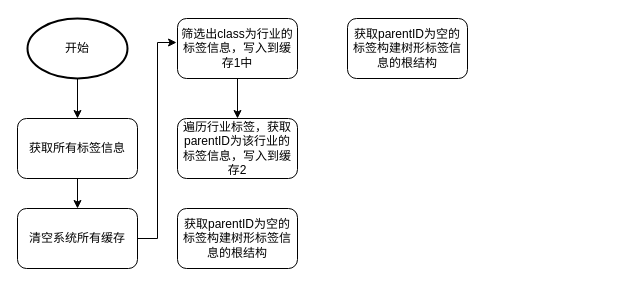
Above: tupian/缓存加载流程.drawio in JJFatherL/biyesheji (draw.io), before the change. Source tidied: cells renumbered, new cells numbered last; positions are measured from the earlier drawing's top-left corner, leaving out a move shared by most shapes. Both pictures are drawn from the tidied source at 100%, with x=0, y=0 at pixel (17, 18).
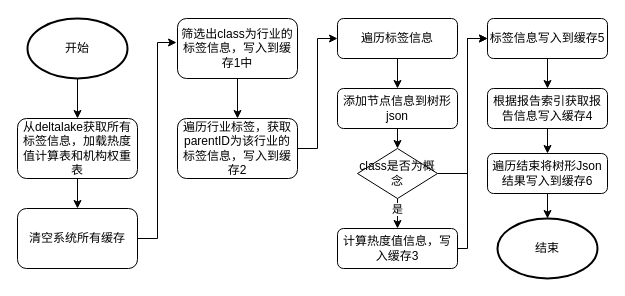
Above is the later version.

Commit message (it also covers changes not shown here):
更新缓存加载流程.drawio

Unchanged cells that the change refers to:
```xml
<mxCell id="8" value="遍历行业标签，获取parentID为该行业的标签信息，写入到缓存2" style="rounded=1;whiteSpace=wrap;html=1;" parent="1" vertex="1">
  <mxGeometry x="160" y="100" width="120" height="60" as="geometry" />
</mxCell>
```

The edit, as a diff of the source:
```diff
@@
-    <mxCell id="5" value="获取所有标签信息" style="rounded=1;whiteSpace=wrap;html=1;" parent="1" vertex="1">
+    <mxCell id="5" value="从deltalake获取所有标签信息，加载热度值计算表和机构权重表" style="rounded=1;whiteSpace=wrap;html=1;" parent="1" vertex="1">
       <mxGeometry y="100" width="120" height="60" as="geometry" />
     </mxCell>
@@
+    <mxCell id="13" style="edgeStyle=orthogonalEdgeStyle;rounded=0;jettySize=auto;html=1;exitX=1;exitY=0.5;exitDx=0;exitDy=0;entryX=0;entryY=0.5;entryDx=0;entryDy=0;" parent="1" edge="1" source="8" target="12">
+      <mxGeometry relative="1" as="geometry" />
+    </mxCell>
@@
-    <mxCell id="11" value="获取parentID为空的标签构建树形标签信息的根结构" style="rounded=1;whiteSpace=wrap;html=1;" parent="1" vertex="1">
-      <mxGeometry x="160" y="190" width="120" height="60" as="geometry" />
-    </mxCell>
+    <mxCell id="14" style="edgeStyle=orthogonalEdgeStyle;rounded=0;jettySize=auto;html=1;exitX=0.5;exitY=1;exitDx=0;exitDy=0;entryX=0.5;entryY=0;entryDx=0;entryDy=0;" parent="1" edge="1" source="12" target="16">
+      <mxGeometry relative="1" as="geometry" />
+    </mxCell>
-    <mxCell id="12" value="获取parentID为空的标签构建树形标签信息的根结构" style="rounded=1;whiteSpace=wrap;html=1;" parent="1" vertex="1">
-      <mxGeometry x="330" width="120" height="60" as="geometry" />
+    <mxCell id="12" value="遍历标签信息" style="rounded=1;whiteSpace=wrap;html=1;" parent="1" vertex="1">
+      <mxGeometry x="320" width="120" height="40" as="geometry" />
     </mxCell>
+    <mxCell id="15" style="edgeStyle=orthogonalEdgeStyle;rounded=0;jettySize=auto;html=1;exitX=0.5;exitY=1;exitDx=0;exitDy=0;entryX=0.5;entryY=0;entryDx=0;entryDy=0;" parent="1" edge="1" source="16" target="20">
+      <mxGeometry relative="1" as="geometry" />
+    </mxCell>
+    <mxCell id="16" value="添加节点信息到树形json" style="rounded=1;whiteSpace=wrap;html=1;" parent="1" vertex="1">
+      <mxGeometry x="320" y="70" width="120" height="40" as="geometry" />
+    </mxCell>
+    <mxCell id="17" style="edgeStyle=orthogonalEdgeStyle;rounded=0;jettySize=auto;html=1;exitX=0.5;exitY=1;exitDx=0;exitDy=0;entryX=0.5;entryY=0;entryDx=0;entryDy=0;" parent="1" edge="1" source="20" target="22">
+      <mxGeometry relative="1" as="geometry" />
+    </mxCell>
+    <mxCell id="18" value="是" style="edgeLabel;html=1;align=center;verticalAlign=middle;" parent="17" vertex="1">
+      <mxGeometry x="-0.33" y="-1" relative="1" as="geometry" />
+    </mxCell>
+    <mxCell id="19" style="edgeStyle=orthogonalEdgeStyle;rounded=0;jettySize=auto;html=1;exitX=1;exitY=0.5;exitDx=0;exitDy=0;entryX=0;entryY=0.5;entryDx=0;entryDy=0;" parent="1" edge="1" source="20" target="24">
+      <mxGeometry relative="1" as="geometry">
+        <Array as="points">
+          <mxPoint x="450" y="155" />
+          <mxPoint x="450" y="20" />
+        </Array>
+      </mxGeometry>
+    </mxCell>
+    <mxCell id="20" value="class是否为概念" style="rhombus;whiteSpace=wrap;html=1;" parent="1" vertex="1">
+      <mxGeometry x="340" y="130" width="80" height="50" as="geometry" />
+    </mxCell>
+    <mxCell id="21" style="edgeStyle=orthogonalEdgeStyle;rounded=0;jettySize=auto;html=1;exitX=1;exitY=0.5;exitDx=0;exitDy=0;entryX=0;entryY=0.5;entryDx=0;entryDy=0;" parent="1" edge="1" source="22" target="24">
+      <mxGeometry relative="1" as="geometry">
+        <Array as="points">
+          <mxPoint x="450" y="230" />
+          <mxPoint x="450" y="20" />
+        </Array>
+      </mxGeometry>
+    </mxCell>
+    <mxCell id="22" value="计算热度值信息，写入缓存3" style="rounded=1;whiteSpace=wrap;html=1;" parent="1" vertex="1">
+      <mxGeometry x="320" y="210" width="120" height="40" as="geometry" />
+    </mxCell>
+    <mxCell id="23" style="edgeStyle=orthogonalEdgeStyle;rounded=0;jettySize=auto;html=1;exitX=0.5;exitY=1;exitDx=0;exitDy=0;" parent="1" edge="1" source="24" target="26">
+      <mxGeometry relative="1" as="geometry" />
+    </mxCell>
+    <mxCell id="24" value="标签信息写入到缓存5" style="rounded=1;whiteSpace=wrap;html=1;" parent="1" vertex="1">
+      <mxGeometry x="470" width="120" height="40" as="geometry" />
+    </mxCell>
+    <mxCell id="25" style="edgeStyle=orthogonalEdgeStyle;rounded=0;jettySize=auto;html=1;exitX=0.5;exitY=1;exitDx=0;exitDy=0;entryX=0.5;entryY=0;entryDx=0;entryDy=0;" parent="1" edge="1" source="26" target="28">
+      <mxGeometry relative="1" as="geometry" />
+    </mxCell>
+    <mxCell id="26" value="根据报告索引获取报告信息写入缓存4" style="rounded=1;whiteSpace=wrap;html=1;" parent="1" vertex="1">
+      <mxGeometry x="470" y="70" width="120" height="40" as="geometry" />
+    </mxCell>
+    <mxCell id="27" style="edgeStyle=orthogonalEdgeStyle;rounded=0;jettySize=auto;html=1;exitX=0.5;exitY=1;exitDx=0;exitDy=0;" parent="1" edge="1" source="28" target="29">
+      <mxGeometry relative="1" as="geometry" />
+    </mxCell>
+    <mxCell id="28" value="遍历结束将树形Json结果写入到缓存6" style="rounded=1;whiteSpace=wrap;html=1;" parent="1" vertex="1">
+      <mxGeometry x="470" y="135" width="120" height="40" as="geometry" />
+    </mxCell>
+    <mxCell id="29" value="结束" style="strokeWidth=2;html=1;shape=mxgraph.flowchart.start_1;whiteSpace=wrap;" parent="1" vertex="1">
+      <mxGeometry x="480" y="200" width="100" height="60" as="geometry" />
+    </mxCell>
```
